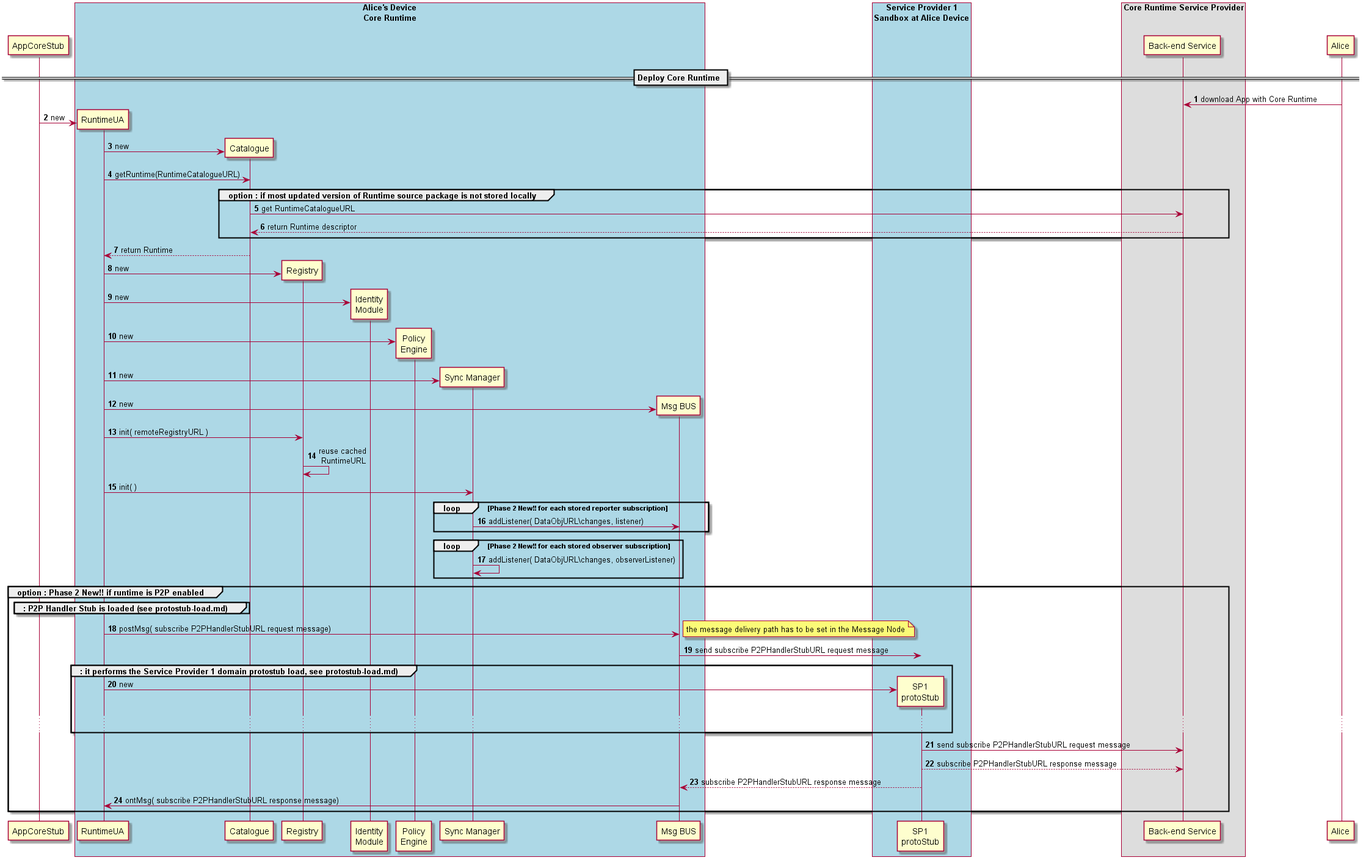
Before: dynamic-view/basics/deploy-runtime.png, a diagram exported from PlantUML (reTHINK-project/specs). Its source is kept beside it as dynamic-view/basics/deploy-runtime.plantuml.
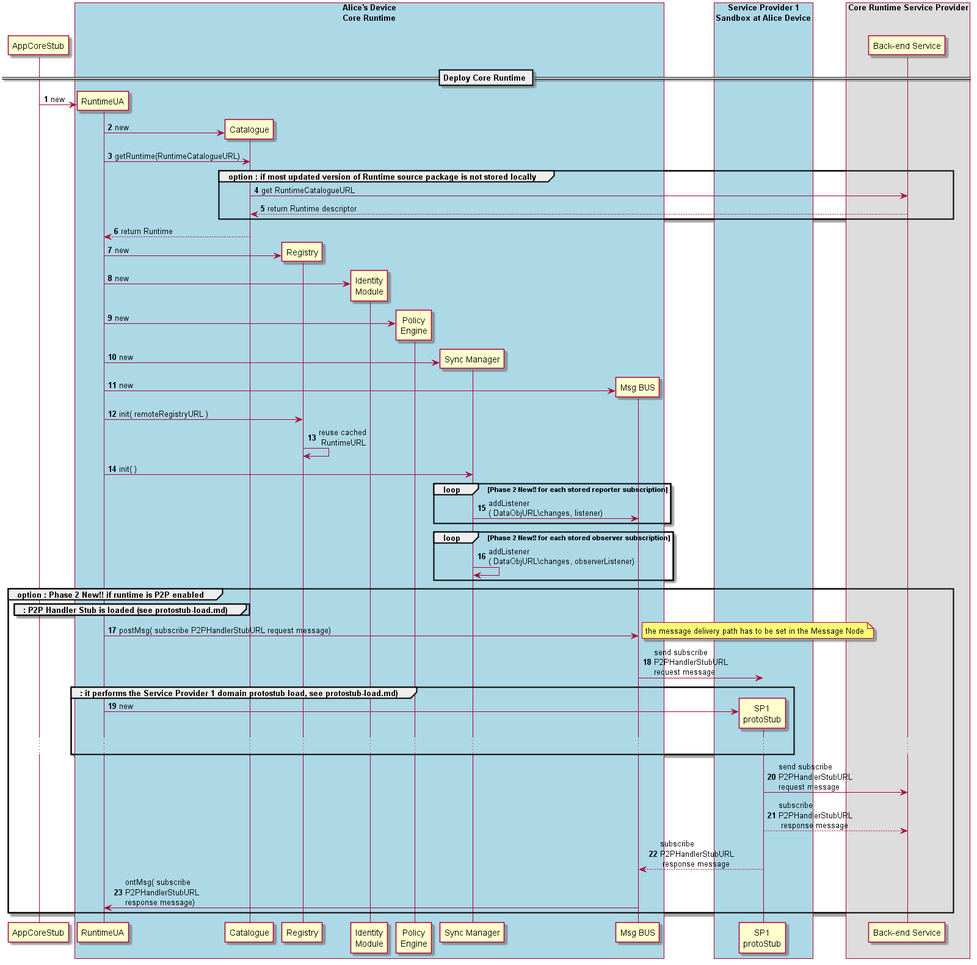
After the change.

Commit message:
updated specs to support the share of the same runtime core instance among different Apps

The edit, as a diff of the source:
```diff
@@ -24,7 +24,6 @@
 
 == Deploy Core Runtime ==
 
-Alice -> CoreRunSP : download App with Core Runtime
 
 create RunUA@A
 App@A -> RunUA@A : new
@@ -67,13 +66,13 @@
 
 loop  Phase 2 New!! for each stored reporter subscription
 
-  RunSM@A -> BUS@A : addListener( DataObjURL\changes, listener)
+  RunSM@A -> BUS@A : addListener\n( DataObjURL\changes, listener)
 
 end
 
 loop Phase 2 New!! for each stored observer subscription
 
-  RunSM@A -> RunSM@A : addListener( DataObjURL\changes, observerListener)
+  RunSM@A -> RunSM@A : addListener\n( DataObjURL\changes, observerListener)
 
 end
 
@@ -88,7 +87,7 @@
     the message delivery path has to be set in the Message Node
   end note
 
-  BUS@A -> Proto1@A : send subscribe P2PHandlerStubURL request message
+  BUS@A -> Proto1@A : send subscribe \nP2PHandlerStubURL \nrequest message
 
 
   group : it performs the Service Provider 1 domain protostub load, see protostub-load.md)
@@ -99,13 +98,13 @@
 
   end group
 
-  CoreRunSP <- Proto1@A : send subscribe P2PHandlerStubURL request message
+  CoreRunSP <- Proto1@A : send subscribe \nP2PHandlerStubURL \nrequest message
 
-  CoreRunSP <-- Proto1@A : subscribe P2PHandlerStubURL response message
+  CoreRunSP <-- Proto1@A : subscribe \nP2PHandlerStubURL\n response message
 
-  BUS@A <-- Proto1@A : subscribe P2PHandlerStubURL response message
+  BUS@A <-- Proto1@A : subscribe \nP2PHandlerStubURL\n response message
 
-  RunUA@A <- BUS@A : ontMsg( subscribe P2PHandlerStubURL response message)
+  RunUA@A <- BUS@A : ontMsg( subscribe \nP2PHandlerStubURL \nresponse message)
 
 end group
 
```
